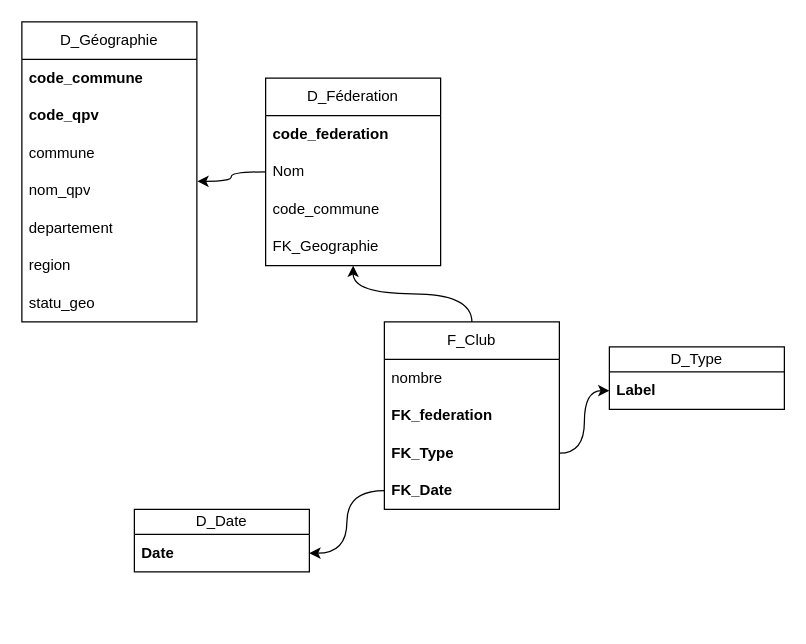
Before: page "Club" (2 of 2) of documentation/ERD.drawio in Adoupro/rugby, a draw.io diagram. Source tidied: cells renumbered, new cells numbered last; positions are measured from the earlier drawing's top-left corner, leaving out a move shared by most shapes. Both pictures are drawn from the tidied source at 125%, with x=0, y=0 at pixel (21, 21).
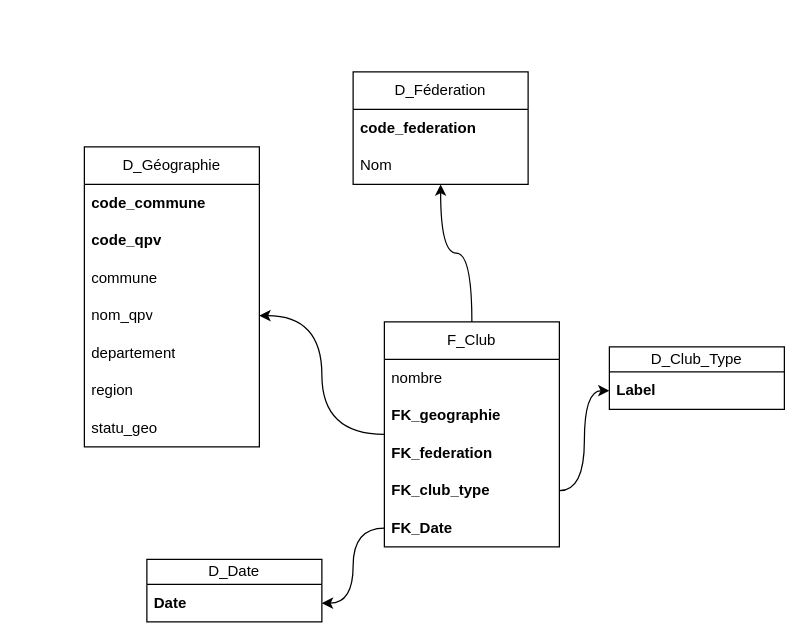
The same diagram, later.

Unchanged cells that the change refers to:
```xml
<mxCell id="12" value="nom_qpv" style="text;strokeColor=none;fillColor=none;align=left;verticalAlign=middle;spacingLeft=4;spacingRight=4;overflow=hidden;points=[[0,0.5],[1,0.5]];portConstraint=eastwest;whiteSpace=wrap;html=1;" parent="8" vertex="1">
  <mxGeometry y="120" width="140" height="30" as="geometry" />
</mxCell>
```

The edit, as a diff of the source:
```diff
@@
+    <mxCell id="28" style="edgeStyle=orthogonalEdgeStyle;rounded=0;jettySize=auto;html=1;entryX=1;entryY=0.5;entryDx=0;entryDy=0;curved=1;" parent="1" edge="1" source="2" target="12">
+      <mxGeometry relative="1" as="geometry" />
+    </mxCell>
     <mxCell id="2" value="F_Club" style="swimlane;fontStyle=0;horizontal=1;startSize=30;whiteSpace=wrap;html=1;" parent="1" vertex="1">
-      <mxGeometry x="290" y="240" width="140" height="150" as="geometry" />
+      <mxGeometry x="290" y="240" width="140" height="180" as="geometry" />
     </mxCell>
@@
+    <mxCell id="29" value="FK_geographie" style="text;strokeColor=none;fillColor=none;align=left;verticalAlign=middle;spacingLeft=4;spacingRight=4;overflow=hidden;whiteSpace=wrap;html=1;fontStyle=1;" parent="2" vertex="1">
+      <mxGeometry y="60" width="140" height="30" as="geometry" />
+    </mxCell>
     <mxCell id="4" value="FK_federation" style="text;strokeColor=none;fillColor=none;align=left;verticalAlign=middle;spacingLeft=4;spacingRight=4;overflow=hidden;whiteSpace=wrap;html=1;fontStyle=1;" parent="2" vertex="1">
-      <mxGeometry y="60" width="140" height="30" as="geometry" />
+      <mxGeometry y="90" width="140" height="30" as="geometry" />
     </mxCell>
-    <mxCell id="5" value="FK_Type" style="text;strokeColor=none;fillColor=none;align=left;verticalAlign=middle;spacingLeft=4;spacingRight=4;overflow=hidden;points=[[0,0.5],[1,0.5]];portConstraint=eastwest;whiteSpace=wrap;html=1;fontStyle=1;" parent="2" vertex="1">
-      <mxGeometry y="90" width="140" height="30" as="geometry" />
+    <mxCell id="5" value="FK_club_type" style="text;strokeColor=none;fillColor=none;align=left;verticalAlign=middle;spacingLeft=4;spacingRight=4;overflow=hidden;points=[[0,0.5],[1,0.5]];portConstraint=eastwest;whiteSpace=wrap;html=1;fontStyle=1;" parent="2" vertex="1">
+      <mxGeometry y="120" width="140" height="30" as="geometry" />
     </mxCell>
     <mxCell id="6" value="FK_Date" style="text;strokeColor=none;fillColor=none;align=left;verticalAlign=middle;spacingLeft=4;spacingRight=4;overflow=hidden;points=[[0,0.5],[1,0.5]];portConstraint=eastwest;whiteSpace=wrap;html=1;fontStyle=1;" parent="2" vertex="1">
-      <mxGeometry y="120" width="140" height="30" as="geometry" />
+      <mxGeometry y="150" width="140" height="30" as="geometry" />
     </mxCell>
@@
     <mxCell id="8" value="D_Géographie" style="swimlane;fontStyle=0;horizontal=1;startSize=30;whiteSpace=wrap;html=1;" parent="1" vertex="1">
-      <mxGeometry width="140" height="240" as="geometry" />
+      <mxGeometry x="50" y="100" width="140" height="240" as="geometry" />
     </mxCell>
@@
     <mxCell id="16" value="D_Féderation" style="swimlane;fontStyle=0;horizontal=1;startSize=30;whiteSpace=wrap;html=1;" parent="1" vertex="1">
-      <mxGeometry x="195" y="45" width="140" height="150" as="geometry" />
+      <mxGeometry x="265" y="40" width="140" height="90" as="geometry" />
     </mxCell>
@@
-    <mxCell id="19" value="code_commune" style="text;strokeColor=none;fillColor=none;align=left;verticalAlign=middle;spacingLeft=4;spacingRight=4;overflow=hidden;whiteSpace=wrap;html=1;" parent="16" vertex="1">
-      <mxGeometry y="90" width="140" height="30" as="geometry" />
-    </mxCell>
-    <mxCell id="20" value="FK_Geographie" style="text;strokeColor=none;fillColor=none;align=left;verticalAlign=middle;spacingLeft=4;spacingRight=4;overflow=hidden;whiteSpace=wrap;html=1;" parent="16" vertex="1">
-      <mxGeometry y="120" width="140" height="30" as="geometry" />
-    </mxCell>
-    <mxCell id="21" style="edgeStyle=orthogonalEdgeStyle;rounded=0;jettySize=auto;html=1;entryX=1.003;entryY=0.253;entryDx=0;entryDy=0;entryPerimeter=0;curved=1;" parent="1" edge="1" source="16" target="12">
-      <mxGeometry relative="1" as="geometry" />
-    </mxCell>
     <mxCell id="22" value="D_Date" style="swimlane;fontStyle=0;horizontal=1;startSize=20;whiteSpace=wrap;html=1;" parent="1" vertex="1">
-      <mxGeometry x="90" y="390" width="140" height="50" as="geometry" />
+      <mxGeometry x="100" y="430" width="140" height="50" as="geometry" />
     </mxCell>
@@
-    <mxCell id="25" value="D_Type" style="swimlane;fontStyle=0;horizontal=1;startSize=20;whiteSpace=wrap;html=1;" parent="1" vertex="1">
+    <mxCell id="25" value="D_Club_Type" style="swimlane;fontStyle=0;horizontal=1;startSize=20;whiteSpace=wrap;html=1;" parent="1" vertex="1">
       <mxGeometry x="470" y="260" width="140" height="50" as="geometry" />
     </mxCell>
```
